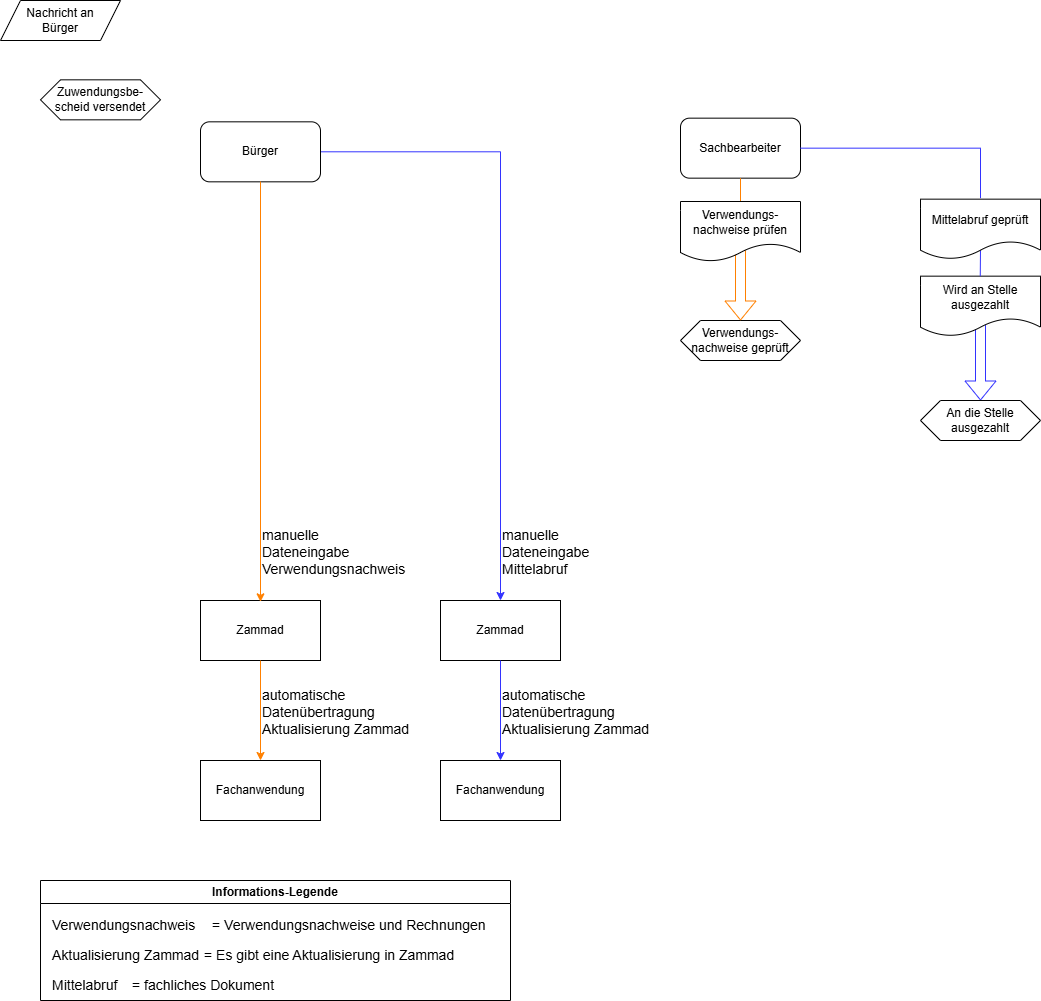
Earlier version of the draw.io export docs/src/about/dataflow-diagram/NachrichtAnBuerger-state.png (it-at-m/stadtbezirksbudget). Source tidied: cells renumbered, new cells last; positions are measured from the earlier drawing's top-left corner, leaving out a move shared by most shapes. The source it was exported from:
```xml
<mxGraphModel>
  <root>
    <mxCell id="0" />
    <mxCell id="1" parent="0" />
    <mxCell id="2" value="Zuwendungs&lt;span style=&quot;background-color: transparent; color: light-dark(rgb(0, 0, 0), rgb(255, 255, 255));&quot;&gt;be-&lt;/span&gt;&lt;div&gt;&lt;span style=&quot;background-color: transparent; color: light-dark(rgb(0, 0, 0), rgb(255, 255, 255));&quot;&gt;scheid versendet&lt;/span&gt;&lt;/div&gt;" style="shape=hexagon;perimeter=hexagonPerimeter2;whiteSpace=wrap;html=1;fixedSize=1;" parent="1" vertex="1">
      <mxGeometry x="40" y="79.3" width="120" height="40" as="geometry" />
    </mxCell>
    <mxCell id="3" value="Nachricht an&lt;div&gt;Bürger&lt;/div&gt;" style="shape=parallelogram;perimeter=parallelogramPerimeter;whiteSpace=wrap;html=1;fixedSize=1;" parent="1" vertex="1">
      <mxGeometry width="120" height="40" as="geometry" />
    </mxCell>
    <mxCell id="4" style="edgeStyle=orthogonalEdgeStyle;rounded=0;jettySize=auto;html=1;entryX=0.5;entryY=0;entryDx=0;entryDy=0;strokeColor=#3333FF;" parent="1" edge="1" source="5" target="17">
      <mxGeometry relative="1" as="geometry">
        <Array as="points">
          <mxPoint x="500" y="151" />
        </Array>
      </mxGeometry>
    </mxCell>
    <mxCell id="5" value="Bürger" style="rounded=1;whiteSpace=wrap;html=1;" parent="1" vertex="1">
      <mxGeometry x="200" y="121.3" width="120" height="60" as="geometry" />
    </mxCell>
    <mxCell id="6" value="Informations-Legende" style="swimlane;whiteSpace=wrap;html=1;" parent="1" vertex="1">
      <mxGeometry x="40" y="880" width="470" height="120" as="geometry" />
    </mxCell>
    <mxCell id="7" value="&lt;font style=&quot;font-size: 14px;&quot;&gt;=&lt;/font&gt;&lt;span style=&quot;font-size: 14px;&quot;&gt;&amp;nbsp;Verwendungsnachweise und Rechnungen&lt;/span&gt;" style="text;html=1;align=left;verticalAlign=middle;strokeColor=none;fillColor=none;" parent="6" vertex="1">
      <mxGeometry x="170" y="30" width="300" height="30" as="geometry" />
    </mxCell>
    <mxCell id="8" value="&lt;span style=&quot;font-size: 14px;&quot;&gt;Verwendungsnachweis&lt;/span&gt;" style="text;whiteSpace=wrap;html=1;" parent="6" vertex="1">
      <mxGeometry x="10" y="30" width="160" height="30" as="geometry" />
    </mxCell>
    <mxCell id="9" value="&lt;font style=&quot;font-size: 14px;&quot;&gt;= Es gibt eine Aktualisierung in Zammad&lt;/font&gt;" style="text;html=1;align=left;verticalAlign=middle;strokeColor=none;fillColor=none;" parent="6" vertex="1">
      <mxGeometry x="161.5" y="60" width="270" height="30" as="geometry" />
    </mxCell>
    <mxCell id="10" value="&lt;div&gt;&lt;span style=&quot;font-size: 14px;&quot;&gt;Mittelabruf&lt;/span&gt;&lt;/div&gt;" style="text;whiteSpace=wrap;html=1;" parent="6" vertex="1">
      <mxGeometry x="10" y="90" width="90" height="30" as="geometry" />
    </mxCell>
    <mxCell id="11" value="&lt;font style=&quot;font-size: 14px;&quot;&gt;=&lt;/font&gt;&lt;span style=&quot;font-size: 14px;&quot;&gt;&amp;nbsp;fachliches Dokument&lt;/span&gt;" style="text;html=1;align=left;verticalAlign=middle;strokeColor=none;fillColor=none;" parent="6" vertex="1">
      <mxGeometry x="90" y="90" width="170" height="30" as="geometry" />
    </mxCell>
    <mxCell id="12" value="&lt;font style=&quot;font-size: 14px;&quot;&gt;Aktualisierung Zammad&lt;/font&gt;" style="text;html=1;align=left;verticalAlign=middle;strokeColor=none;fillColor=none;" parent="6" vertex="1">
      <mxGeometry x="10" y="60" width="170" height="30" as="geometry" />
    </mxCell>
    <mxCell id="13" value="Zammad" style="rounded=0;whiteSpace=wrap;html=1;" parent="1" vertex="1">
      <mxGeometry x="200" y="600" width="120" height="60" as="geometry" />
    </mxCell>
    <mxCell id="14" style="endArrow=classic;html=1;rounded=0;exitX=0.5;exitY=1;exitDx=0;exitDy=0;fillColor=#FFD966;strokeColor=#FF8000;" parent="1" edge="1">
      <mxGeometry relative="1" as="geometry">
        <mxPoint x="260" y="181" as="sourcePoint" />
        <mxPoint x="260" y="601.3" as="targetPoint" />
      </mxGeometry>
    </mxCell>
    <mxCell id="15" value="&lt;div&gt;&lt;font style=&quot;font-size: 14px;&quot;&gt;manuelle&lt;br&gt;&lt;/font&gt;&lt;/div&gt;&lt;div&gt;&lt;font style=&quot;font-size: 14px;&quot;&gt;Dateneingabe&lt;/font&gt;&lt;/div&gt;&lt;div&gt;&lt;font style=&quot;font-size: 14px;&quot;&gt;Verwendungsnachweis&lt;/font&gt;&lt;/div&gt;" style="text;whiteSpace=wrap;html=1;" parent="1" vertex="1">
      <mxGeometry x="260" y="520" width="170" height="50" as="geometry" />
    </mxCell>
    <mxCell id="16" value="&lt;div&gt;&lt;font style=&quot;font-size: 14px;&quot;&gt;manuelle&lt;br&gt;&lt;/font&gt;&lt;/div&gt;&lt;div&gt;&lt;font style=&quot;font-size: 14px;&quot;&gt;Dateneingabe&lt;/font&gt;&lt;/div&gt;&lt;div&gt;&lt;font style=&quot;font-size: 14px;&quot;&gt;Mittelabruf&lt;/font&gt;&lt;/div&gt;" style="text;whiteSpace=wrap;html=1;" parent="1" vertex="1">
      <mxGeometry x="500" y="520.3" width="120" height="50" as="geometry" />
    </mxCell>
    <mxCell id="17" value="Zammad" style="rounded=0;whiteSpace=wrap;html=1;" parent="1" vertex="1">
      <mxGeometry x="440" y="600" width="120" height="60" as="geometry" />
    </mxCell>
    <mxCell id="18" value="Sachbearbeiter" style="rounded=1;whiteSpace=wrap;html=1;" parent="1" vertex="1">
      <mxGeometry x="680" y="117.7" width="120" height="60" as="geometry" />
    </mxCell>
    <mxCell id="19" value="Verwendungs-&lt;div&gt;nachweise geprüft&lt;/div&gt;" style="shape=hexagon;perimeter=hexagonPerimeter2;whiteSpace=wrap;html=1;fixedSize=1;" parent="1" vertex="1">
      <mxGeometry x="680" y="320" width="120" height="40" as="geometry" />
    </mxCell>
    <mxCell id="20" value="&lt;div&gt;&lt;font style=&quot;font-size: 14px;&quot;&gt;automatische&lt;/font&gt;&lt;/div&gt;&lt;div&gt;&lt;font style=&quot;font-size: 14px;&quot;&gt;Datenübertragung&lt;/font&gt;&lt;/div&gt;&lt;div&gt;&lt;font style=&quot;font-size: 14px;&quot;&gt;Aktualisierung Zammad&lt;/font&gt;&lt;/div&gt;" style="text;whiteSpace=wrap;html=1;" parent="1" vertex="1">
      <mxGeometry x="260" y="680" width="150" height="40" as="geometry" />
    </mxCell>
    <mxCell id="21" style="edgeStyle=orthogonalEdgeStyle;rounded=0;jettySize=auto;html=1;entryX=0.5;entryY=0;entryDx=0;entryDy=0;exitX=0.5;exitY=1;exitDx=0;exitDy=0;strokeColor=#FF8000;" parent="1" edge="1" source="13" target="22">
      <mxGeometry relative="1" as="geometry" />
    </mxCell>
    <mxCell id="22" value="Fachanwendung" style="rounded=0;whiteSpace=wrap;html=1;" parent="1" vertex="1">
      <mxGeometry x="200" y="760" width="120" height="60" as="geometry" />
    </mxCell>
    <mxCell id="23" value="&lt;div&gt;&lt;font style=&quot;font-size: 14px;&quot;&gt;automatische&lt;/font&gt;&lt;/div&gt;&lt;div&gt;&lt;font style=&quot;font-size: 14px;&quot;&gt;Datenübertragung&lt;/font&gt;&lt;/div&gt;&lt;div&gt;&lt;font style=&quot;font-size: 14px;&quot;&gt;Aktualisierung Zammad&lt;/font&gt;&lt;/div&gt;" style="text;whiteSpace=wrap;html=1;" parent="1" vertex="1">
      <mxGeometry x="500" y="680" width="150" height="40" as="geometry" />
    </mxCell>
    <mxCell id="24" style="edgeStyle=orthogonalEdgeStyle;rounded=0;jettySize=auto;html=1;entryX=0.5;entryY=0;entryDx=0;entryDy=0;exitX=0.5;exitY=1;exitDx=0;exitDy=0;strokeColor=#3333FF;" parent="1" edge="1" source="17" target="25">
      <mxGeometry relative="1" as="geometry" />
    </mxCell>
    <mxCell id="25" value="Fachanwendung" style="rounded=0;whiteSpace=wrap;html=1;" parent="1" vertex="1">
      <mxGeometry x="440" y="760" width="120" height="60" as="geometry" />
    </mxCell>
    <mxCell id="26" style="shape=flexArrow;endArrow=classic;html=1;rounded=0;entryX=0.5;entryY=0;entryDx=0;entryDy=0;strokeColor=#3333FF;" parent="1" edge="1" target="27">
      <mxGeometry relative="1" as="geometry">
        <mxPoint x="980" y="307.7" as="sourcePoint" />
      </mxGeometry>
    </mxCell>
    <mxCell id="27" value="An die Stelle ausgezahlt" style="shape=hexagon;perimeter=hexagonPerimeter2;whiteSpace=wrap;html=1;fixedSize=1;" parent="1" vertex="1">
      <mxGeometry x="920" y="400" width="120" height="40" as="geometry" />
    </mxCell>
    <mxCell id="28" style="endArrow=none;html=1;rounded=0;exitX=1;exitY=0.5;exitDx=0;exitDy=0;strokeColor=#3333FF;" parent="1" edge="1" source="18">
      <mxGeometry relative="1" as="geometry">
        <mxPoint x="980" y="147.7" as="targetPoint" />
      </mxGeometry>
    </mxCell>
    <mxCell id="29" style="endArrow=none;html=1;rounded=0;strokeColor=#3333FF;" parent="1" edge="1">
      <mxGeometry relative="1" as="geometry">
        <mxPoint x="980" y="147.7" as="sourcePoint" />
        <mxPoint x="980" y="197.7" as="targetPoint" />
      </mxGeometry>
    </mxCell>
    <mxCell id="30" value="Wird an Stelle ausgezahlt" style="shape=document;whiteSpace=wrap;html=1;boundedLbl=1;" parent="1" vertex="1">
      <mxGeometry x="920" y="275.7" width="120" height="60" as="geometry" />
    </mxCell>
    <mxCell id="31" style="endArrow=none;html=1;rounded=0;strokeColor=#3333FF;" parent="1" edge="1">
      <mxGeometry relative="1" as="geometry">
        <mxPoint x="980" y="247.7" as="sourcePoint" />
        <mxPoint x="979.8" y="275.7" as="targetPoint" />
      </mxGeometry>
    </mxCell>
    <mxCell id="32" value="Mittelabruf geprüft" style="shape=document;whiteSpace=wrap;html=1;boundedLbl=1;" parent="1" vertex="1">
      <mxGeometry x="920" y="198.7" width="120" height="60" as="geometry" />
    </mxCell>
    <mxCell id="33" style="endArrow=none;html=1;rounded=0;exitX=0.5;exitY=0;exitDx=0;exitDy=0;entryX=0.5;entryY=1;entryDx=0;entryDy=0;strokeColor=#FF8000;" parent="1" edge="1" target="18">
      <mxGeometry relative="1" as="geometry">
        <mxPoint x="740" y="201" as="sourcePoint" />
      </mxGeometry>
    </mxCell>
    <mxCell id="34" style="shape=flexArrow;endArrow=classic;html=1;rounded=0;entryX=0.5;entryY=0;entryDx=0;entryDy=0;strokeColor=#FF8000;" parent="1" edge="1" target="19">
      <mxGeometry relative="1" as="geometry">
        <mxPoint x="740" y="240" as="sourcePoint" />
      </mxGeometry>
    </mxCell>
    <mxCell id="35" value="Verwendungs-&lt;div&gt;nachweise prüfen&lt;/div&gt;" style="shape=document;whiteSpace=wrap;html=1;boundedLbl=1;" parent="1" vertex="1">
      <mxGeometry x="680" y="201" width="120" height="60" as="geometry" />
    </mxCell>
  </root>
</mxGraphModel>
```
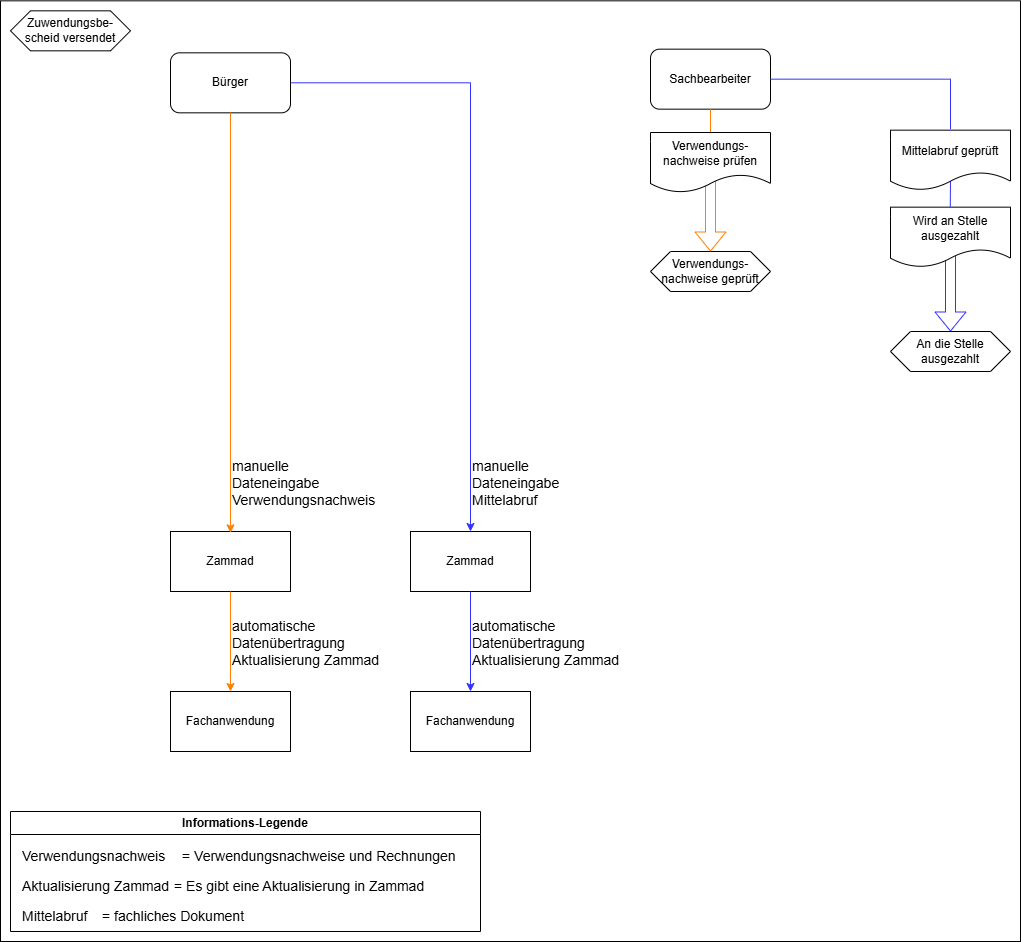
The same file after the commit.

The edit, as a diff of the source:
```diff
@@ -5,9 +5,6 @@
     <mxCell id="2" value="Zuwendungs&lt;span style=&quot;background-color: transparent; color: light-dark(rgb(0, 0, 0), rgb(255, 255, 255));&quot;&gt;be-&lt;/span&gt;&lt;div&gt;&lt;span style=&quot;background-color: transparent; color: light-dark(rgb(0, 0, 0), rgb(255, 255, 255));&quot;&gt;scheid versendet&lt;/span&gt;&lt;/div&gt;" style="shape=hexagon;perimeter=hexagonPerimeter2;whiteSpace=wrap;html=1;fixedSize=1;" parent="1" vertex="1">
       <mxGeometry x="40" y="79.3" width="120" height="40" as="geometry" />
     </mxCell>
-    <mxCell id="3" value="Nachricht an&lt;div&gt;Bürger&lt;/div&gt;" style="shape=parallelogram;perimeter=parallelogramPerimeter;whiteSpace=wrap;html=1;fixedSize=1;" parent="1" vertex="1">
-      <mxGeometry width="120" height="40" as="geometry" />
-    </mxCell>
     <mxCell id="4" style="edgeStyle=orthogonalEdgeStyle;rounded=0;jettySize=auto;html=1;entryX=0.5;entryY=0;entryDx=0;entryDy=0;strokeColor=#3333FF;" parent="1" edge="1" source="5" target="17">
       <mxGeometry relative="1" as="geometry">
         <Array as="points">
@@ -125,5 +122,8 @@
     <mxCell id="35" value="Verwendungs-&lt;div&gt;nachweise prüfen&lt;/div&gt;" style="shape=document;whiteSpace=wrap;html=1;boundedLbl=1;" parent="1" vertex="1">
       <mxGeometry x="680" y="201" width="120" height="60" as="geometry" />
     </mxCell>
+    <mxCell id="36" style="rounded=0;whiteSpace=wrap;html=1;fillColor=none;" parent="1" vertex="1">
+      <mxGeometry x="30" y="69.3" width="1020" height="940.7" as="geometry" />
+    </mxCell>
   </root>
 </mxGraphModel>
```
